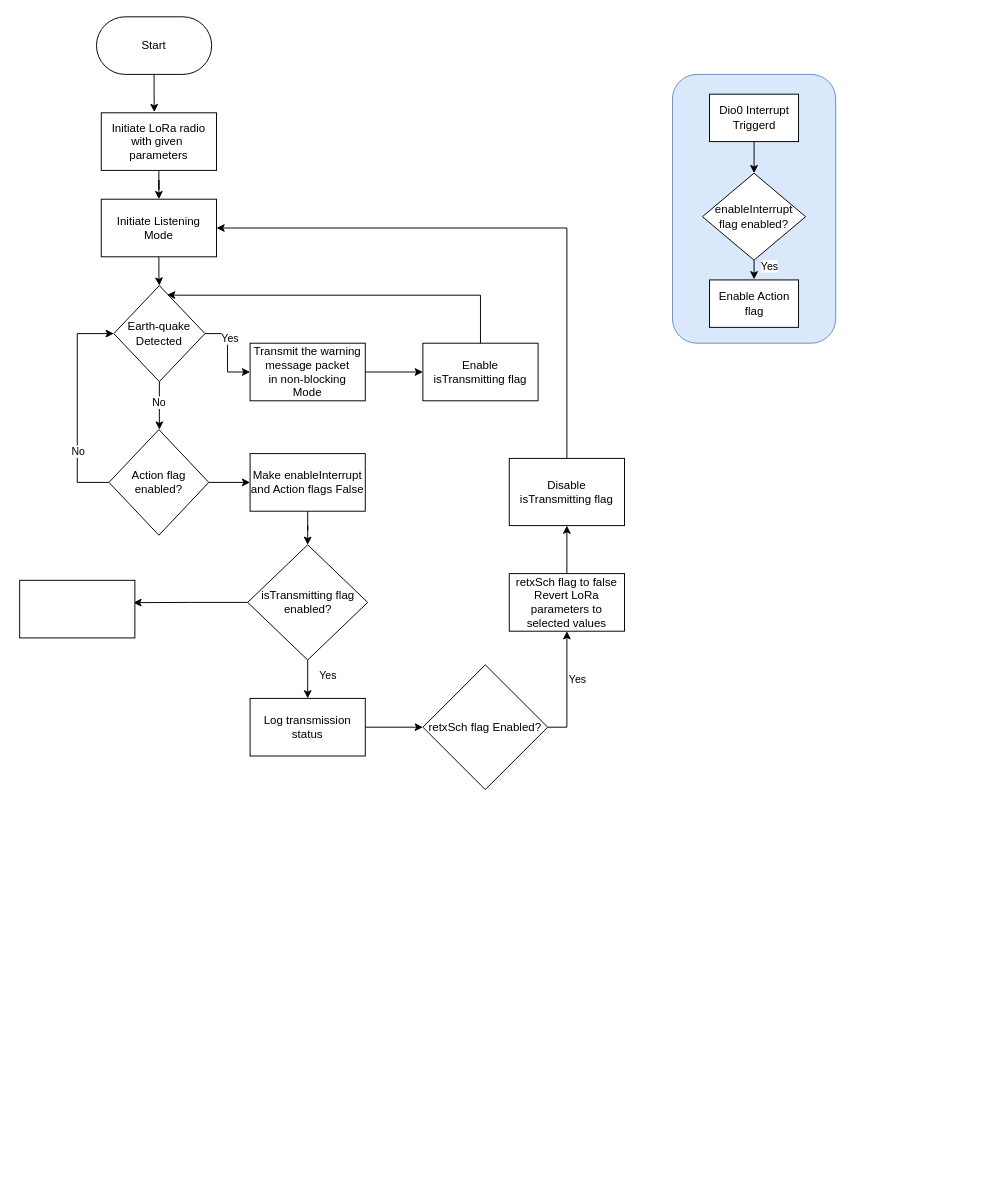
Above: End device flow.drawio in NuwanUdara/my-diagrams (draw.io), before the change. Source tidied: cells renumbered, new cells numbered last; positions are measured from the earlier drawing's top-left corner, leaving out a move shared by most shapes. Both pictures are drawn from the tidied source at 96%, with x=0, y=0 at pixel (19, 16).
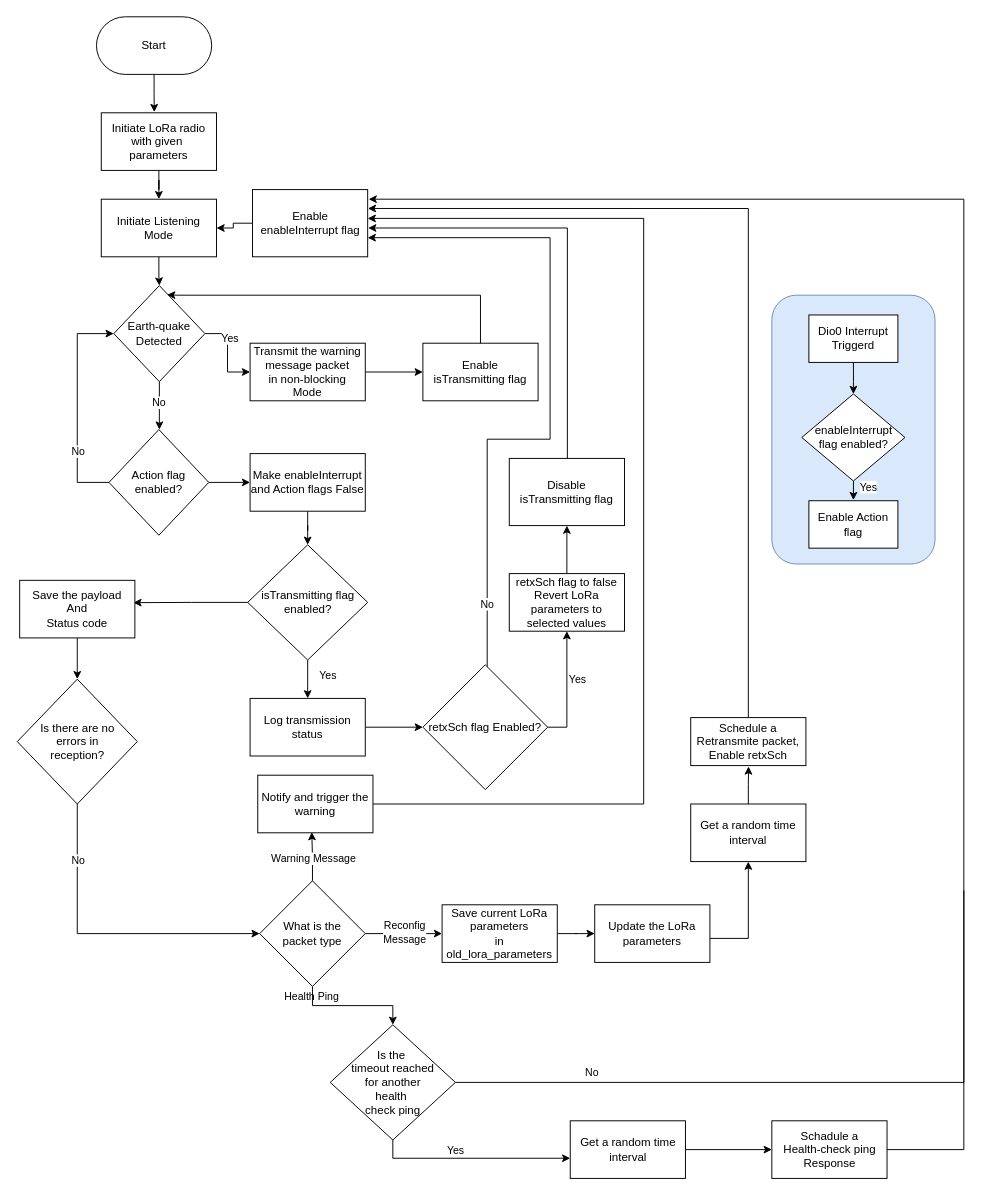
After the change.

The change refers to these unchanged cells:
```xml
<mxCell id="7" value="Initiate Listening Mode" style="rounded=0;whiteSpace=wrap;html=1;" parent="1" vertex="1">
  <mxGeometry x="85" y="190" width="120" height="60" as="geometry" />
</mxCell>
<mxCell id="44" value="&lt;div&gt;Disable&lt;/div&gt;isTransmitting flag" style="rounded=0;whiteSpace=wrap;html=1;" parent="1" vertex="1">
  <mxGeometry x="510" y="460" width="120" height="70" as="geometry" />
</mxCell>
```

What changed in the source:
```diff
@@
     <mxCell id="15" style="group;" parent="1" vertex="1">
-      <mxGeometry x="680" y="60" width="170" height="280" as="geometry" />
+      <mxGeometry x="783.5" y="290" width="170" height="280" as="geometry" />
     </mxCell>
@@
+    <mxCell id="45" style="edgeStyle=orthogonalEdgeStyle;rounded=0;orthogonalLoop=1;jettySize=auto;html=1;entryX=0.983;entryY=0.716;entryDx=0;entryDy=0;entryPerimeter=0;" parent="1" edge="1">
+      <mxGeometry relative="1" as="geometry">
+        <mxPoint x="487" y="690" as="sourcePoint" />
+        <mxPoint x="362.5" y="230.1" as="targetPoint" />
+        <Array as="points">
+          <mxPoint x="487.5" y="440" />
+          <mxPoint x="552.5" y="440" />
+          <mxPoint x="552.5" y="230" />
+        </Array>
+      </mxGeometry>
+    </mxCell>
+    <mxCell id="46" value="No" style="edgeLabel;html=1;align=center;verticalAlign=middle;" parent="45" vertex="1">
+      <mxGeometry x="-0.78" y="1" relative="1" as="geometry" />
+    </mxCell>
@@
+    <mxCell id="47" style="edgeStyle=orthogonalEdgeStyle;rounded=0;jettySize=auto;html=1;entryX=0.5;entryY=0;entryDx=0;entryDy=0;" parent="1" edge="1" source="42" target="50">
+      <mxGeometry relative="1" as="geometry" />
+    </mxCell>
-    <mxCell id="42" style="rounded=0;whiteSpace=wrap;html=1;" parent="1" vertex="1">
+    <mxCell id="42" value="Save the payload&lt;br&gt;&lt;div&gt;And&lt;/div&gt;&lt;div&gt;Status code&lt;/div&gt;" style="rounded=0;whiteSpace=wrap;html=1;" parent="1" vertex="1">
       <mxGeometry y="587" width="120" height="60" as="geometry" />
     </mxCell>
-    <mxCell id="43" style="edgeStyle=orthogonalEdgeStyle;rounded=0;jettySize=auto;html=1;entryX=1;entryY=0.5;entryDx=0;entryDy=0;" parent="1" edge="1" source="44" target="7">
+    <mxCell id="43" style="edgeStyle=orthogonalEdgeStyle;rounded=0;orthogonalLoop=1;jettySize=auto;html=1;entryX=1;entryY=0.5;entryDx=0;entryDy=0;" parent="1" edge="1">
       <mxGeometry relative="1" as="geometry">
+        <mxPoint x="570.5" y="460" as="sourcePoint" />
+        <mxPoint x="363" y="220" as="targetPoint" />
         <Array as="points">
-          <mxPoint x="570" y="220" />
+          <mxPoint x="570.5" y="220" />
         </Array>
       </mxGeometry>
     </mxCell>
@@
+    <mxCell id="48" style="edgeStyle=orthogonalEdgeStyle;rounded=0;jettySize=auto;html=1;entryX=0;entryY=0.5;entryDx=0;entryDy=0;" parent="1" edge="1" source="50" target="57">
+      <mxGeometry relative="1" as="geometry">
+        <Array as="points">
+          <mxPoint x="60" y="955" />
+        </Array>
+      </mxGeometry>
+    </mxCell>
+    <mxCell id="49" value="No" style="edgeLabel;html=1;align=center;verticalAlign=middle;" parent="48" vertex="1">
+      <mxGeometry x="-0.59" y="1" relative="1" as="geometry">
+        <mxPoint x="-1" y="-9" as="offset" />
+      </mxGeometry>
+    </mxCell>
+    <mxCell id="50" value="Is there are no&lt;div&gt;errors in&lt;/div&gt;&lt;div&gt;reception?&lt;/div&gt;" style="rhombus;whiteSpace=wrap;html=1;" parent="1" vertex="1">
+      <mxGeometry x="-2.5" y="690" width="125" height="130" as="geometry" />
+    </mxCell>
+    <mxCell id="51" style="edgeStyle=orthogonalEdgeStyle;rounded=0;jettySize=auto;html=1;entryX=0.469;entryY=0.988;entryDx=0;entryDy=0;entryPerimeter=0;" parent="1" edge="1" source="57" target="59">
+      <mxGeometry relative="1" as="geometry" />
+    </mxCell>
+    <mxCell id="52" value="Warning Message" style="edgeLabel;html=1;align=center;verticalAlign=middle;" parent="51" vertex="1">
+      <mxGeometry x="-0.04" y="1" relative="1" as="geometry" />
+    </mxCell>
+    <mxCell id="53" style="edgeStyle=orthogonalEdgeStyle;rounded=0;jettySize=auto;html=1;entryX=0;entryY=0.5;entryDx=0;entryDy=0;" parent="1" edge="1" source="57" target="61">
+      <mxGeometry relative="1" as="geometry" />
+    </mxCell>
+    <mxCell id="54" value="Reconfig&lt;br&gt;Message" style="edgeLabel;html=1;align=center;verticalAlign=middle;" parent="53" vertex="1">
+      <mxGeometry x="0.03" y="2" relative="1" as="geometry">
+        <mxPoint x="-1" as="offset" />
+      </mxGeometry>
+    </mxCell>
+    <mxCell id="55" style="edgeStyle=orthogonalEdgeStyle;rounded=0;jettySize=auto;html=1;entryX=0.5;entryY=0;entryDx=0;entryDy=0;" parent="1" edge="1" source="57" target="74">
+      <mxGeometry relative="1" as="geometry">
+        <Array as="points">
+          <mxPoint x="305.5" y="1030" />
+          <mxPoint x="388.5" y="1030" />
+        </Array>
+      </mxGeometry>
+    </mxCell>
+    <mxCell id="56" value="Health Ping" style="edgeLabel;html=1;align=center;verticalAlign=middle;labelBackgroundColor=none;" parent="55" vertex="1">
+      <mxGeometry x="-0.39" y="-2" relative="1" as="geometry">
+        <mxPoint x="-20" y="-12" as="offset" />
+      </mxGeometry>
+    </mxCell>
+    <mxCell id="57" value="What is the&lt;br&gt;packet type" style="rhombus;whiteSpace=wrap;html=1;" parent="1" vertex="1">
+      <mxGeometry x="250" y="900" width="110" height="110" as="geometry" />
+    </mxCell>
+    <mxCell id="58" style="edgeStyle=orthogonalEdgeStyle;rounded=0;jettySize=auto;html=1;" parent="1" edge="1" source="59" target="69">
+      <mxGeometry relative="1" as="geometry">
+        <Array as="points">
+          <mxPoint x="650" y="820" />
+          <mxPoint x="650" y="210" />
+        </Array>
+      </mxGeometry>
+    </mxCell>
+    <mxCell id="59" value="Notify and trigger the&lt;br&gt;warning" style="rounded=0;whiteSpace=wrap;html=1;" parent="1" vertex="1">
+      <mxGeometry x="248" y="790" width="120" height="60" as="geometry" />
+    </mxCell>
+    <mxCell id="60" style="edgeStyle=orthogonalEdgeStyle;rounded=0;jettySize=auto;html=1;entryX=0;entryY=0.5;entryDx=0;entryDy=0;" parent="1" edge="1" source="61" target="63">
+      <mxGeometry relative="1" as="geometry" />
+    </mxCell>
+    <mxCell id="61" value="Save current LoRa&lt;br&gt;parameters&lt;br&gt;in old_lora_parameters" style="rounded=0;whiteSpace=wrap;html=1;" parent="1" vertex="1">
+      <mxGeometry x="440" y="925" width="120" height="60" as="geometry" />
+    </mxCell>
+    <mxCell id="62" style="edgeStyle=orthogonalEdgeStyle;rounded=0;jettySize=auto;html=1;entryX=0.5;entryY=1;entryDx=0;entryDy=0;" parent="1" edge="1" source="63" target="64">
+      <mxGeometry relative="1" as="geometry">
+        <Array as="points">
+          <mxPoint x="759" y="960" />
+        </Array>
+      </mxGeometry>
+    </mxCell>
+    <mxCell id="63" value="Update the LoRa parameters" style="rounded=0;whiteSpace=wrap;html=1;" parent="1" vertex="1">
+      <mxGeometry x="599" y="925" width="120" height="60" as="geometry" />
+    </mxCell>
+    <mxCell id="64" value="Get a random time interval" style="rounded=0;whiteSpace=wrap;html=1;" parent="1" vertex="1">
+      <mxGeometry x="699" y="820" width="120" height="60" as="geometry" />
+    </mxCell>
+    <mxCell id="65" style="edgeStyle=orthogonalEdgeStyle;rounded=0;jettySize=auto;html=1;entryX=1.002;entryY=0.281;entryDx=0;entryDy=0;exitX=0.5;exitY=0;exitDx=0;exitDy=0;entryPerimeter=0;" parent="1" edge="1" source="66" target="69">
+      <mxGeometry relative="1" as="geometry">
+        <Array as="points">
+          <mxPoint x="759.5" y="200" />
+          <mxPoint x="362.5" y="200" />
+        </Array>
+      </mxGeometry>
+    </mxCell>
+    <mxCell id="66" value="Schedule a Retransmite packet,&lt;br&gt;Enable retxSch" style="rounded=0;whiteSpace=wrap;html=1;" parent="1" vertex="1">
+      <mxGeometry x="699" y="730" width="120" height="50" as="geometry" />
+    </mxCell>
+    <mxCell id="67" style="edgeStyle=orthogonalEdgeStyle;rounded=0;jettySize=auto;html=1;entryX=0.502;entryY=1.018;entryDx=0;entryDy=0;entryPerimeter=0;" parent="1" edge="1" source="64" target="66">
+      <mxGeometry relative="1" as="geometry" />
+    </mxCell>
+    <mxCell id="68" style="edgeStyle=orthogonalEdgeStyle;rounded=0;jettySize=auto;html=1;entryX=1;entryY=0.5;entryDx=0;entryDy=0;" parent="1" edge="1" source="69" target="7">
+      <mxGeometry relative="1" as="geometry" />
+    </mxCell>
+    <mxCell id="69" value="Enable&lt;div&gt;enableInterrupt flag&lt;br&gt;&lt;/div&gt;" style="rounded=0;whiteSpace=wrap;html=1;" parent="1" vertex="1">
+      <mxGeometry x="242.5" y="180" width="120" height="70" as="geometry" />
+    </mxCell>
+    <mxCell id="70" style="edgeStyle=orthogonalEdgeStyle;rounded=0;jettySize=auto;html=1;exitX=1;exitY=0.5;exitDx=0;exitDy=0;" parent="1" edge="1" source="74">
+      <mxGeometry relative="1" as="geometry">
+        <mxPoint x="363.5" y="190" as="targetPoint" />
+        <Array as="points">
+          <mxPoint x="983.5" y="1110" />
+          <mxPoint x="983.5" y="190" />
+        </Array>
+      </mxGeometry>
+    </mxCell>
+    <mxCell id="71" value="No" style="edgeLabel;html=1;align=center;verticalAlign=middle;" parent="70" vertex="1">
+      <mxGeometry x="-0.87" y="1" relative="1" as="geometry">
+        <mxPoint x="7" y="-10" as="offset" />
+      </mxGeometry>
+    </mxCell>
+    <mxCell id="72" style="edgeStyle=orthogonalEdgeStyle;rounded=0;jettySize=auto;html=1;" parent="1" edge="1" source="74" target="76">
+      <mxGeometry relative="1" as="geometry">
+        <Array as="points">
+          <mxPoint x="388.5" y="1189" />
+        </Array>
+      </mxGeometry>
+    </mxCell>
+    <mxCell id="73" value="Yes" style="edgeLabel;html=1;align=center;verticalAlign=middle;" parent="72" vertex="1">
+      <mxGeometry x="-0.18" y="2" relative="1" as="geometry">
+        <mxPoint y="-7" as="offset" />
+      </mxGeometry>
+    </mxCell>
+    <mxCell id="74" value="Is the&amp;nbsp;&lt;div&gt;t&lt;span style=&quot;background-color: initial;&quot;&gt;imeout&amp;nbsp;&lt;/span&gt;&lt;span style=&quot;background-color: initial;&quot;&gt;reached&lt;/span&gt;&lt;div&gt;for another&lt;br&gt;health&amp;nbsp;&lt;/div&gt;&lt;div&gt;check&amp;nbsp;&lt;span style=&quot;background-color: initial;&quot;&gt;ping&lt;/span&gt;&lt;/div&gt;&lt;/div&gt;" style="rhombus;whiteSpace=wrap;html=1;" parent="1" vertex="1">
+      <mxGeometry x="323.5" y="1050" width="130.4" height="120" as="geometry" />
+    </mxCell>
+    <mxCell id="75" style="edgeStyle=orthogonalEdgeStyle;rounded=0;jettySize=auto;html=1;entryX=0;entryY=0.5;entryDx=0;entryDy=0;" parent="1" edge="1" source="76" target="78">
+      <mxGeometry relative="1" as="geometry" />
+    </mxCell>
+    <mxCell id="76" value="Get a random time interval" style="rounded=0;whiteSpace=wrap;html=1;" parent="1" vertex="1">
+      <mxGeometry x="573.5" y="1150" width="120" height="60" as="geometry" />
+    </mxCell>
+    <mxCell id="77" style="edgeStyle=orthogonalEdgeStyle;rounded=0;jettySize=auto;html=1;endArrow=none;endFill=0;" parent="1" edge="1" source="78">
+      <mxGeometry relative="1" as="geometry">
+        <mxPoint x="983.5" y="910" as="targetPoint" />
+        <Array as="points">
+          <mxPoint x="983.5" y="1180" />
+        </Array>
+      </mxGeometry>
+    </mxCell>
+    <mxCell id="78" value="Schadule a&lt;br&gt;Health-check ping&lt;br&gt;Response" style="rounded=0;whiteSpace=wrap;html=1;" parent="1" vertex="1">
+      <mxGeometry x="783.5" y="1150" width="120" height="60" as="geometry" />
+    </mxCell>
```
